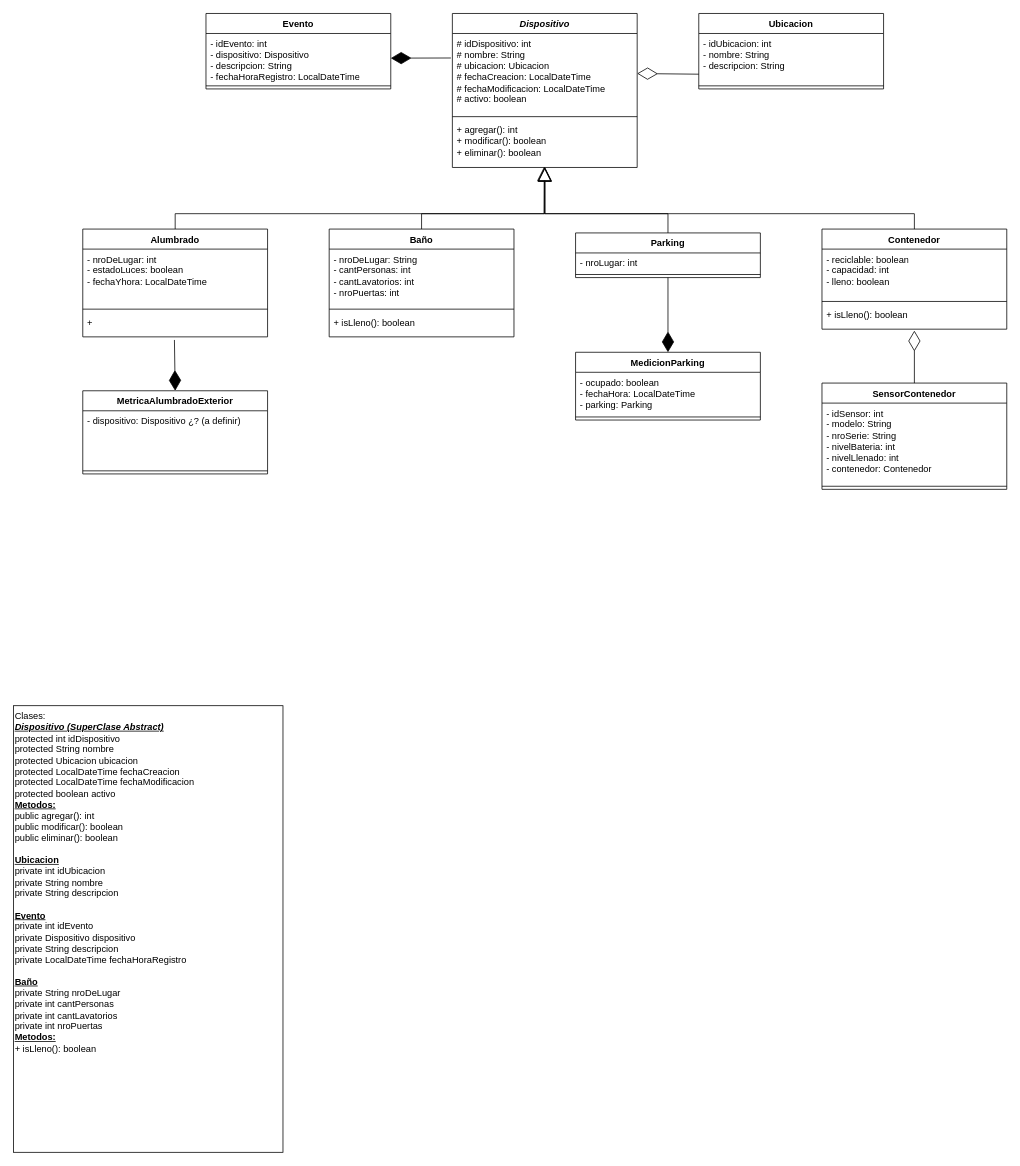
Earlier version of the draw.io diagram Diagrama de Clases - Grupo 17.drawio (BarbaraNewman/grupo-17-OO2-2023). Source tidied: cells renumbered, new cells numbered last; positions are measured from the earlier drawing's top-left corner, leaving out a move shared by most shapes. Both pictures are drawn from the tidied source at 77%, with x=0, y=0 at pixel (13, 13).
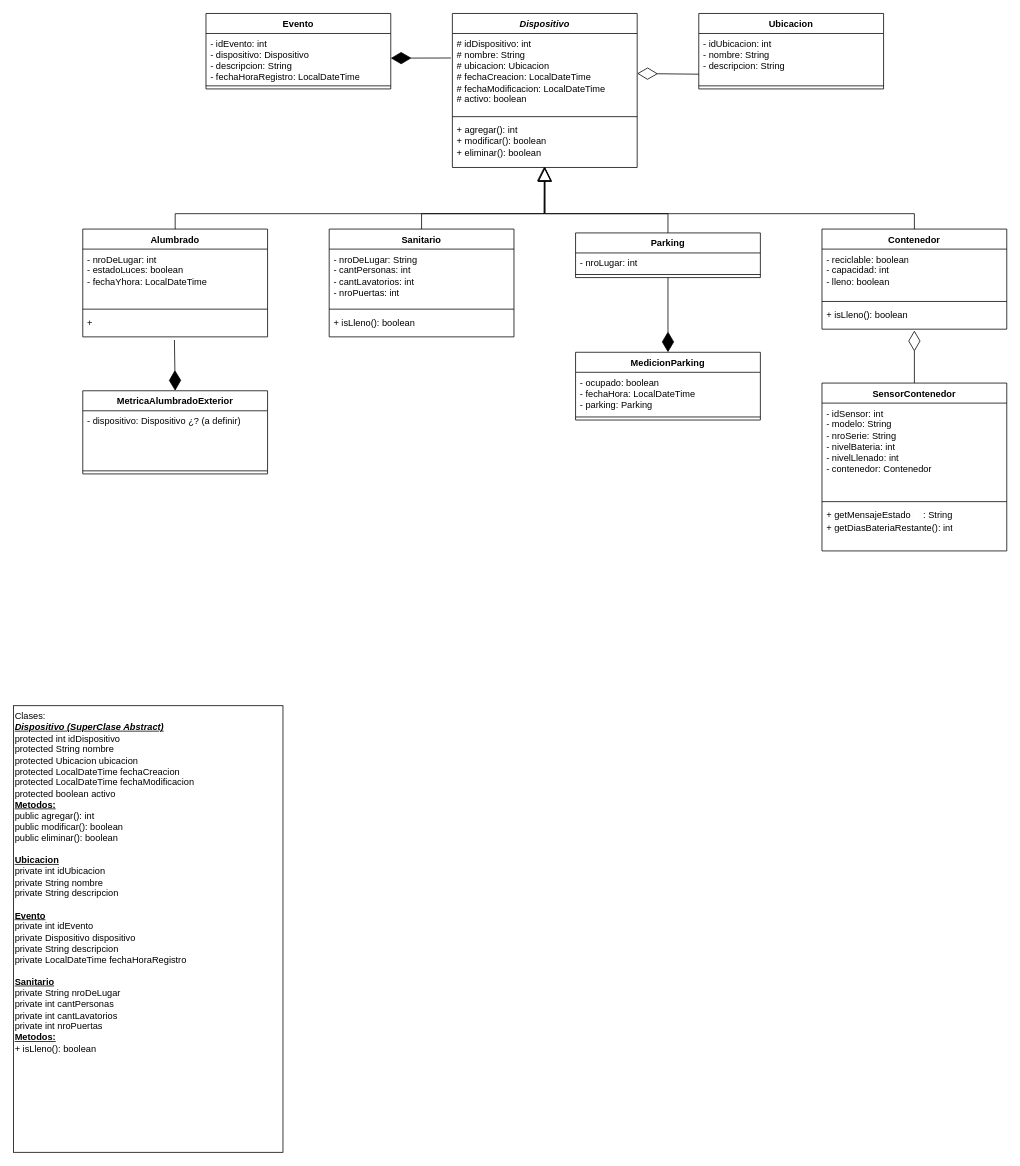
The same diagram, later.

What changed in the source:
```diff
@@
     <mxCell id="15" value="SensorContenedor" style="swimlane;fontStyle=1;align=center;verticalAlign=top;horizontal=1;startSize=26;whiteSpace=wrap;html=1;" parent="1" vertex="1">
-      <mxGeometry x="1050" y="480" width="240" height="138" as="geometry" />
+      <mxGeometry x="1050" y="480" width="240" height="218" as="geometry" />
     </mxCell>
     <mxCell id="16" value="- idSensor: int&lt;br&gt;- modelo: String&lt;br&gt;- nroSerie: String&lt;br&gt;- nivelBateria: int&lt;br&gt;- nivelLlenado: int&lt;br&gt;- contenedor: Contenedor" style="text;strokeColor=none;fillColor=none;align=left;verticalAlign=top;spacingLeft=4;spacingRight=4;overflow=hidden;whiteSpace=wrap;html=1;" parent="15" vertex="1">
-      <mxGeometry y="26" width="240" height="104" as="geometry" />
+      <mxGeometry y="26" width="240" height="124" as="geometry" />
     </mxCell>
     <mxCell id="17" style="line;strokeWidth=1;fillColor=none;align=left;verticalAlign=middle;spacingTop=-1;spacingLeft=3;spacingRight=3;labelPosition=right;strokeColor=inherit;" parent="15" vertex="1">
-      <mxGeometry y="130" width="240" height="8" as="geometry" />
+      <mxGeometry y="150" width="240" height="8" as="geometry" />
     </mxCell>
+    <mxCell id="46" value="+ getMensajeEstado&lt;span style=&quot;font-family: &amp;quot;Courier New&amp;quot;; font-size: 10pt; color: rgb(249, 250, 244);&quot;&gt;()&lt;/span&gt;: String&lt;br&gt;+ getDiasBateriaRestante(): int&lt;span style=&quot;background-color: initial;&quot;&gt;&lt;br&gt;&lt;/span&gt;&lt;div style=&quot;background-color:#2f2f2f;padding:0px 0px 0px 2px;&quot;&gt;&lt;div style=&quot;color: rgb(170, 170, 170); font-family: &amp;quot;Courier New&amp;quot;; font-size: 10pt;&quot;&gt;&lt;p style=&quot;background-color:#373737;margin:0;&quot;&gt;&lt;span style=&quot;color:#d9e8f7;&quot;&gt;&lt;/span&gt;&lt;/p&gt;&lt;/div&gt;&lt;/div&gt;" style="text;strokeColor=none;fillColor=none;align=left;verticalAlign=top;spacingLeft=4;spacingRight=4;overflow=hidden;whiteSpace=wrap;html=1;" parent="15" vertex="1">
+      <mxGeometry y="158" width="240" height="60" as="geometry" />
+    </mxCell>
@@
-    <mxCell id="23" value="Baño" style="swimlane;fontStyle=1;align=center;verticalAlign=top;horizontal=1;startSize=26;whiteSpace=wrap;html=1;" parent="1" vertex="1">
+    <mxCell id="23" value="Sanitario" style="swimlane;fontStyle=1;align=center;verticalAlign=top;horizontal=1;startSize=26;whiteSpace=wrap;html=1;" parent="1" vertex="1">
       <mxGeometry x="410" y="280" width="240" height="140" as="geometry" />
     </mxCell>
@@
-    <mxCell id="41" value="Clases:&lt;br&gt;&lt;i style=&quot;font-weight: 700;&quot;&gt;&lt;u&gt;Dispositivo (SuperClase Abstract)&lt;/u&gt;&lt;br&gt;&lt;/i&gt;protected int&amp;nbsp;idDispositivo&lt;br style=&quot;&quot;&gt;protected String&amp;nbsp;&lt;span style=&quot;&quot;&gt;nombre&lt;/span&gt;&lt;br style=&quot;&quot;&gt;protected Ubicacion&amp;nbsp;&lt;span style=&quot;&quot;&gt;ubicacion&lt;/span&gt;&lt;br style=&quot;&quot;&gt;protected LocalDateTime&amp;nbsp;&lt;span style=&quot;&quot;&gt;fechaCreacion&lt;/span&gt;&lt;br style=&quot;&quot;&gt;protected LocalDateTime&amp;nbsp;fechaModificacion&lt;br style=&quot;&quot;&gt;protected boolean&amp;nbsp;&lt;span style=&quot;&quot;&gt;activo&lt;br&gt;&lt;/span&gt;&lt;span style=&quot;font-weight: 700;&quot;&gt;&lt;u&gt;Metodos:&lt;/u&gt;&lt;br&gt;&lt;/span&gt;public agregar(): int&lt;br&gt;public&amp;nbsp;modificar(): boolean&lt;br&gt;public&amp;nbsp;eliminar(): boolean&lt;br&gt;&lt;i style=&quot;font-weight: 700;&quot;&gt;&lt;br&gt;&lt;/i&gt;&lt;b&gt;&lt;u&gt;Ubicacion&lt;/u&gt;&lt;/b&gt;&lt;br&gt;&lt;div style=&quot;&quot;&gt;private int idUbicacion&lt;/div&gt;&lt;div style=&quot;&quot;&gt;private String nombre&lt;/div&gt;&lt;div style=&quot;&quot;&gt;private String descripcion&lt;/div&gt;&lt;div style=&quot;&quot;&gt;&lt;/div&gt;&lt;br&gt;&lt;span style=&quot;font-weight: 700; text-align: center;&quot;&gt;&lt;u&gt;Evento&lt;br&gt;&lt;/u&gt;&lt;/span&gt;private int idEvento&lt;br&gt;private Dispositivo dispositivo&lt;br&gt;private String&amp;nbsp;descripcion&lt;br&gt;private LocalDateTime fechaHoraRegistro&lt;br&gt;&lt;br&gt;&lt;span style=&quot;font-weight: 700; text-align: center;&quot;&gt;&lt;u&gt;Baño&lt;br&gt;&lt;/u&gt;&lt;/span&gt;private String nroDeLugar&lt;br&gt;private&amp;nbsp;int cantPersonas&lt;br&gt;private&amp;nbsp;int&amp;nbsp;cantLavatorios&lt;br&gt;private&amp;nbsp;int nroPuertas&lt;br&gt;&lt;b&gt;&lt;u&gt;Metodos:&lt;/u&gt;&lt;/b&gt;&lt;br&gt;+ isLleno(): boolean&lt;span style=&quot;background-color: initial;&quot;&gt;&lt;br&gt;&lt;/span&gt;" style="html=1;whiteSpace=wrap;align=left;verticalAlign=top;" parent="1" vertex="1">
+    <mxCell id="41" value="Clases:&lt;br&gt;&lt;i style=&quot;font-weight: 700;&quot;&gt;&lt;u&gt;Dispositivo (SuperClase Abstract)&lt;/u&gt;&lt;br&gt;&lt;/i&gt;protected int&amp;nbsp;idDispositivo&lt;br style=&quot;&quot;&gt;protected String&amp;nbsp;&lt;span style=&quot;&quot;&gt;nombre&lt;/span&gt;&lt;br style=&quot;&quot;&gt;protected Ubicacion&amp;nbsp;&lt;span style=&quot;&quot;&gt;ubicacion&lt;/span&gt;&lt;br style=&quot;&quot;&gt;protected LocalDateTime&amp;nbsp;&lt;span style=&quot;&quot;&gt;fechaCreacion&lt;/span&gt;&lt;br style=&quot;&quot;&gt;protected LocalDateTime&amp;nbsp;fechaModificacion&lt;br style=&quot;&quot;&gt;protected boolean&amp;nbsp;&lt;span style=&quot;&quot;&gt;activo&lt;br&gt;&lt;/span&gt;&lt;span style=&quot;font-weight: 700;&quot;&gt;&lt;u&gt;Metodos:&lt;/u&gt;&lt;br&gt;&lt;/span&gt;public agregar(): int&lt;br&gt;public&amp;nbsp;modificar(): boolean&lt;br&gt;public&amp;nbsp;eliminar(): boolean&lt;br&gt;&lt;i style=&quot;font-weight: 700;&quot;&gt;&lt;br&gt;&lt;/i&gt;&lt;b&gt;&lt;u&gt;Ubicacion&lt;/u&gt;&lt;/b&gt;&lt;br&gt;&lt;div style=&quot;&quot;&gt;private int idUbicacion&lt;/div&gt;&lt;div style=&quot;&quot;&gt;private String nombre&lt;/div&gt;&lt;div style=&quot;&quot;&gt;private String descripcion&lt;/div&gt;&lt;div style=&quot;&quot;&gt;&lt;/div&gt;&lt;br&gt;&lt;span style=&quot;font-weight: 700; text-align: center;&quot;&gt;&lt;u&gt;Evento&lt;br&gt;&lt;/u&gt;&lt;/span&gt;private int idEvento&lt;br&gt;private Dispositivo dispositivo&lt;br&gt;private String&amp;nbsp;descripcion&lt;br&gt;private LocalDateTime fechaHoraRegistro&lt;br&gt;&lt;br&gt;&lt;span style=&quot;font-weight: 700; text-align: center;&quot;&gt;&lt;u&gt;Sanitario&lt;br&gt;&lt;/u&gt;&lt;/span&gt;private String nroDeLugar&lt;br&gt;private&amp;nbsp;int cantPersonas&lt;br&gt;private&amp;nbsp;int&amp;nbsp;cantLavatorios&lt;br&gt;private&amp;nbsp;int nroPuertas&lt;br&gt;&lt;b&gt;&lt;u&gt;Metodos:&lt;/u&gt;&lt;/b&gt;&lt;br&gt;+ isLleno(): boolean&lt;span style=&quot;background-color: initial;&quot;&gt;&lt;br&gt;&lt;/span&gt;" style="html=1;whiteSpace=wrap;align=left;verticalAlign=top;" parent="1" vertex="1">
       <mxGeometry y="899" width="350" height="580" as="geometry" />
     </mxCell>
```
